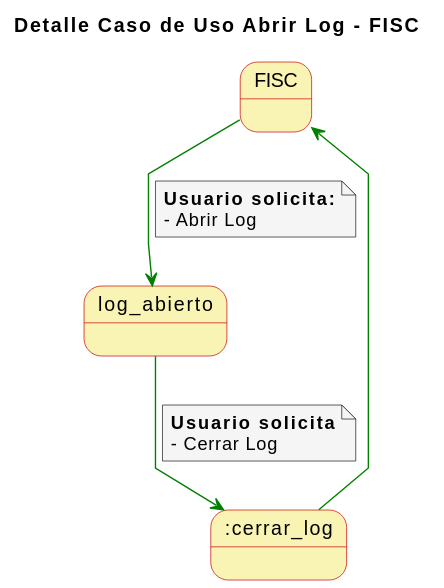
The PlantUML diagram imagenes/casosDeUso/detallesCasosUso/detalleCasoUsoAbrirLog.svg in mmasias/23-24-IdSw1-SDR, before a commit.
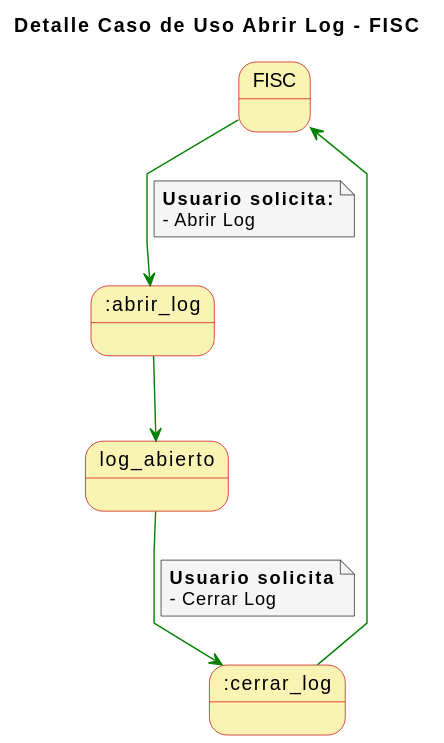
The same file after the commit.

Change to the diagram source:
```diff
@@ -13,11 +13,13 @@
 title Detalle Caso de Uso Abrir Log - FISC
 
 
-FISC -[#green]-> log_abierto
+FISC -[#green]-> :abrir_log
 note on link
   **Usuario solicita:**
   - Abrir Log
 end note
+
+:abrir_log -[#green]-> log_abierto
 
 log_abierto -[#green]-> :cerrar_log
 note on link
@@ -25,5 +27,5 @@
   - Cerrar Log
 end note
 
-:cerrar_log -[#green]-> FISC
+:cerrar_log -u[#green]-> FISC
 @enduml
```
